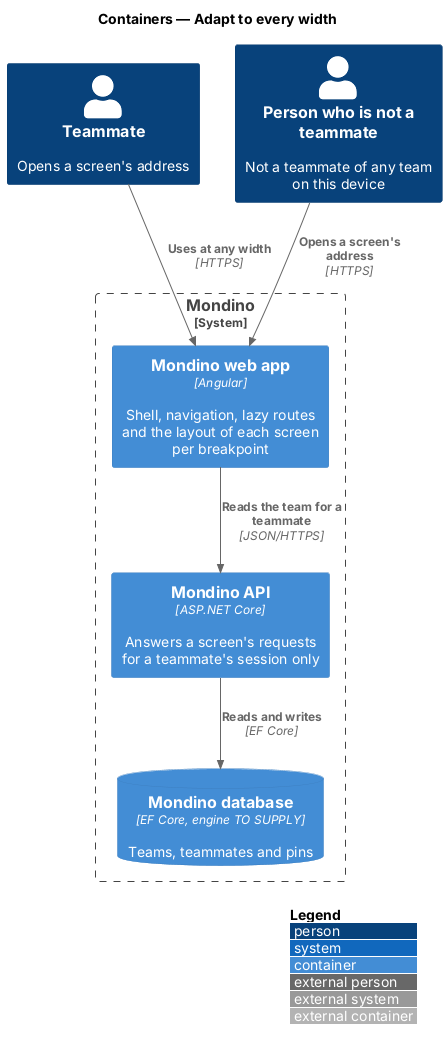
Above: docs/detailed-designs/platform/adapt-to-every-width/diagrams/c4-container.png in QuinntyneBrown/Mondino (PlantUML), before the change. Its diagram source:
```plantuml
@startuml
!include <C4/C4_Container>
LAYOUT_WITH_LEGEND()
title Containers — Adapt to every width

Person(teammate, "Teammate", "Opens a screen's address")
Person(visitor, "Person who is not a teammate", "Not a teammate of any team on this device")

System_Boundary(mondino, "Mondino") {
  Container(spa, "Mondino web app", "Angular", "Shell, navigation, lazy routes and the layout of each screen per breakpoint")
  Container(api, "Mondino API", "ASP.NET Core", "Answers a screen's requests for a teammate's session only")
  ContainerDb(db, "Mondino database", "EF Core, engine TO SUPPLY", "Teams, teammates and pins")
}

Rel(teammate, spa, "Uses at any width", "HTTPS")
Rel(visitor, spa, "Opens a screen's address", "HTTPS")
Rel(spa, api, "Reads the team for a teammate", "JSON/HTTPS")
Rel(api, db, "Reads and writes", "EF Core")
@enduml
```
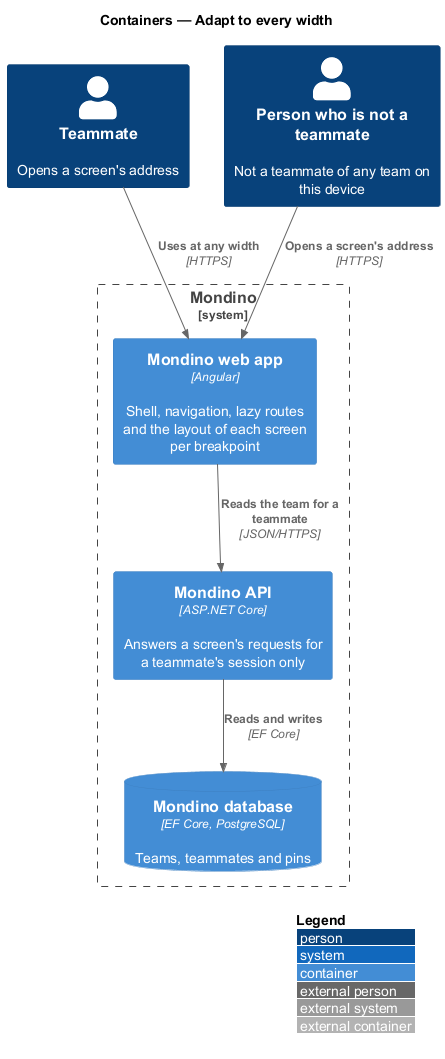
Later version of the same file.

What changed in the source:
```diff
@@ -9,7 +9,7 @@
 System_Boundary(mondino, "Mondino") {
   Container(spa, "Mondino web app", "Angular", "Shell, navigation, lazy routes and the layout of each screen per breakpoint")
   Container(api, "Mondino API", "ASP.NET Core", "Answers a screen's requests for a teammate's session only")
-  ContainerDb(db, "Mondino database", "EF Core, engine TO SUPPLY", "Teams, teammates and pins")
+  ContainerDb(db, "Mondino database", "EF Core, PostgreSQL", "Teams, teammates and pins")
 }
 
 Rel(teammate, spa, "Uses at any width", "HTTPS")
```
